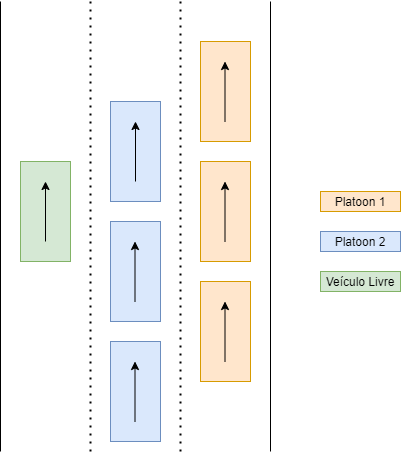
Earlier version of the draw.io export LEI - Article/Images/multilaneplatooning.png (BenjamimOliveira/LEI_UMinho). Source tidied: cells renumbered, new cells last; positions are measured from the earlier drawing's top-left corner, leaving out a move shared by most shapes.
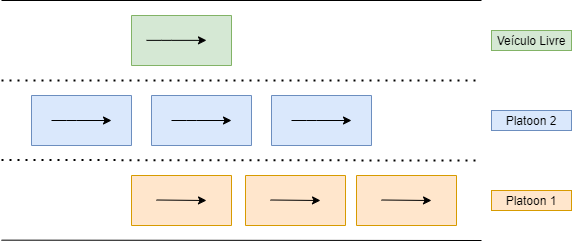
The same diagram one commit later.

The edit, as a diff of the source:
```diff
@@ -2,101 +2,113 @@
   <root>
     <mxCell id="0" />
     <mxCell id="1" parent="0" />
-    <mxCell id="2" style="rounded=0;whiteSpace=wrap;html=1;fillColor=#ffe6cc;strokeColor=#d79b00;" parent="1" vertex="1">
-      <mxGeometry x="200" y="40" width="50" height="100" as="geometry" />
-    </mxCell>
-    <mxCell id="3" style="rounded=0;whiteSpace=wrap;html=1;fillColor=#ffe6cc;strokeColor=#d79b00;" parent="1" vertex="1">
-      <mxGeometry x="200" y="160" width="50" height="100" as="geometry" />
-    </mxCell>
-    <mxCell id="4" style="rounded=0;whiteSpace=wrap;html=1;fillColor=#ffe6cc;strokeColor=#d79b00;" parent="1" vertex="1">
-      <mxGeometry x="200" y="280" width="50" height="100" as="geometry" />
-    </mxCell>
-    <mxCell id="5" style="rounded=0;whiteSpace=wrap;html=1;fillColor=#dae8fc;strokeColor=#6c8ebf;" parent="1" vertex="1">
-      <mxGeometry x="110" y="100" width="50" height="100" as="geometry" />
+    <mxCell id="5" style="rounded=0;whiteSpace=wrap;html=1;fillColor=#dae8fc;strokeColor=#6c8ebf;rotation=90;" parent="1" vertex="1">
+      <mxGeometry x="-65" y="110" width="50" height="100" as="geometry" />
     </mxCell>
-    <mxCell id="6" style="rounded=0;whiteSpace=wrap;html=1;fillColor=#dae8fc;strokeColor=#6c8ebf;" parent="1" vertex="1">
-      <mxGeometry x="110" y="220" width="50" height="100" as="geometry" />
-    </mxCell>
-    <mxCell id="7" style="rounded=0;whiteSpace=wrap;html=1;fillColor=#dae8fc;strokeColor=#6c8ebf;" parent="1" vertex="1">
-      <mxGeometry x="110" y="340" width="50" height="100" as="geometry" />
-    </mxCell>
     <mxCell id="8" style="endArrow=classic;html=1;" parent="1" edge="1">
       <mxGeometry relative="1" as="geometry">
-        <mxPoint x="135" y="180" as="sourcePoint" />
-        <mxPoint x="135" y="120" as="targetPoint" />
+        <mxPoint x="-70" y="160" as="sourcePoint" />
+        <mxPoint x="-10" y="160" as="targetPoint" />
+        <Array as="points">
+          <mxPoint x="-55" y="160" />
+        </Array>
       </mxGeometry>
     </mxCell>
-    <mxCell id="9" style="endArrow=classic;html=1;" parent="1" edge="1">
-      <mxGeometry relative="1" as="geometry">
-        <mxPoint x="134.5" y="300" as="sourcePoint" />
-        <mxPoint x="134.5" y="240" as="targetPoint" />
-      </mxGeometry>
-    </mxCell>
-    <mxCell id="10" style="endArrow=classic;html=1;" parent="1" edge="1">
-      <mxGeometry relative="1" as="geometry">
-        <mxPoint x="134.5" y="420" as="sourcePoint" />
-        <mxPoint x="134.5" y="360" as="targetPoint" />
-      </mxGeometry>
-    </mxCell>
-    <mxCell id="11" style="endArrow=classic;html=1;" parent="1" edge="1">
-      <mxGeometry relative="1" as="geometry">
-        <mxPoint x="224.5" y="120" as="sourcePoint" />
-        <mxPoint x="224.5" y="60" as="targetPoint" />
-      </mxGeometry>
-    </mxCell>
-    <mxCell id="12" style="endArrow=classic;html=1;" parent="1" edge="1">
-      <mxGeometry relative="1" as="geometry">
-        <mxPoint x="224.5" y="240" as="sourcePoint" />
-        <mxPoint x="224.5" y="180" as="targetPoint" />
-      </mxGeometry>
-    </mxCell>
-    <mxCell id="13" style="endArrow=classic;html=1;" parent="1" edge="1">
-      <mxGeometry relative="1" as="geometry">
-        <mxPoint x="224.5" y="360" as="sourcePoint" />
-        <mxPoint x="224.5" y="300" as="targetPoint" />
-      </mxGeometry>
-    </mxCell>
-    <mxCell id="14" style="rounded=0;whiteSpace=wrap;html=1;fillColor=#d5e8d4;strokeColor=#82b366;" parent="1" vertex="1">
-      <mxGeometry x="20" y="160" width="50" height="100" as="geometry" />
+    <mxCell id="14" style="rounded=0;whiteSpace=wrap;html=1;fillColor=#d5e8d4;strokeColor=#82b366;rotation=-90;" parent="1" vertex="1">
+      <mxGeometry x="35" y="30" width="50" height="100" as="geometry" />
     </mxCell>
-    <mxCell id="15" style="endArrow=classic;html=1;" parent="1" edge="1">
-      <mxGeometry relative="1" as="geometry">
-        <mxPoint x="45" y="240" as="sourcePoint" />
-        <mxPoint x="45" y="180" as="targetPoint" />
-      </mxGeometry>
-    </mxCell>
     <mxCell id="16" value="Platoon 1" style="text;html=1;strokeColor=#d79b00;fillColor=#ffe6cc;align=center;verticalAlign=middle;whiteSpace=wrap;rounded=0;" parent="1" vertex="1">
-      <mxGeometry x="320" y="190" width="80" height="20" as="geometry" />
+      <mxGeometry x="370" y="230" width="80" height="20" as="geometry" />
     </mxCell>
     <mxCell id="17" value="Platoon 2" style="text;html=1;strokeColor=#6c8ebf;fillColor=#dae8fc;align=center;verticalAlign=middle;whiteSpace=wrap;rounded=0;" parent="1" vertex="1">
-      <mxGeometry x="320" y="230" width="80" height="20" as="geometry" />
+      <mxGeometry x="370" y="150" width="80" height="20" as="geometry" />
     </mxCell>
     <mxCell id="18" value="Veículo Livre" style="text;html=1;strokeColor=#82b366;fillColor=#d5e8d4;align=center;verticalAlign=middle;whiteSpace=wrap;rounded=0;" parent="1" vertex="1">
-      <mxGeometry x="320" y="270" width="80" height="20" as="geometry" />
+      <mxGeometry x="370" y="70" width="80" height="20" as="geometry" />
     </mxCell>
     <mxCell id="19" style="endArrow=none;dashed=1;html=1;dashPattern=1 3;strokeWidth=2;" parent="1" edge="1">
       <mxGeometry relative="1" as="geometry">
-        <mxPoint x="90" y="450" as="sourcePoint" />
-        <mxPoint x="90" as="targetPoint" />
+        <mxPoint x="-120" y="120" as="sourcePoint" />
+        <mxPoint x="360" y="120" as="targetPoint" />
       </mxGeometry>
     </mxCell>
     <mxCell id="20" style="endArrow=none;dashed=1;html=1;dashPattern=1 3;strokeWidth=2;" parent="1" edge="1">
       <mxGeometry relative="1" as="geometry">
-        <mxPoint x="180" y="450" as="sourcePoint" />
-        <mxPoint x="180" as="targetPoint" />
+        <mxPoint x="-120" y="199.5" as="sourcePoint" />
+        <mxPoint x="360" y="200" as="targetPoint" />
       </mxGeometry>
     </mxCell>
     <mxCell id="21" style="endArrow=none;html=1;" parent="1" edge="1">
       <mxGeometry relative="1" as="geometry">
-        <mxPoint y="450" as="sourcePoint" />
-        <mxPoint as="targetPoint" />
+        <mxPoint x="-120" y="40" as="sourcePoint" />
+        <mxPoint x="360" y="40" as="targetPoint" />
       </mxGeometry>
     </mxCell>
     <mxCell id="22" style="endArrow=none;html=1;" parent="1" edge="1">
       <mxGeometry relative="1" as="geometry">
-        <mxPoint x="270" y="450" as="sourcePoint" />
-        <mxPoint x="270" as="targetPoint" />
+        <mxPoint x="-120" y="279.7" as="sourcePoint" />
+        <mxPoint x="360" y="280" as="targetPoint" />
       </mxGeometry>
     </mxCell>
+    <mxCell id="23" style="endArrow=classic;html=1;" parent="1" edge="1">
+      <mxGeometry relative="1" as="geometry">
+        <mxPoint x="25" y="79.9" as="sourcePoint" />
+        <mxPoint x="85" y="79.9" as="targetPoint" />
+        <Array as="points">
+          <mxPoint x="40" y="79.9" />
+        </Array>
+      </mxGeometry>
+    </mxCell>
+    <mxCell id="24" style="rounded=0;whiteSpace=wrap;html=1;fillColor=#dae8fc;strokeColor=#6c8ebf;rotation=90;" parent="1" vertex="1">
+      <mxGeometry x="55" y="110" width="50" height="100" as="geometry" />
+    </mxCell>
+    <mxCell id="25" style="endArrow=classic;html=1;" parent="1" edge="1">
+      <mxGeometry relative="1" as="geometry">
+        <mxPoint x="50" y="160" as="sourcePoint" />
+        <mxPoint x="110" y="160" as="targetPoint" />
+        <Array as="points">
+          <mxPoint x="65" y="160" />
+        </Array>
+      </mxGeometry>
+    </mxCell>
+    <mxCell id="26" style="rounded=0;whiteSpace=wrap;html=1;fillColor=#dae8fc;strokeColor=#6c8ebf;rotation=90;" parent="1" vertex="1">
+      <mxGeometry x="175" y="110" width="50" height="100" as="geometry" />
+    </mxCell>
+    <mxCell id="27" style="endArrow=classic;html=1;" parent="1" edge="1">
+      <mxGeometry relative="1" as="geometry">
+        <mxPoint x="170" y="160" as="sourcePoint" />
+        <mxPoint x="230" y="160" as="targetPoint" />
+        <Array as="points">
+          <mxPoint x="185" y="160" />
+        </Array>
+      </mxGeometry>
+    </mxCell>
+    <mxCell id="28" style="rounded=0;whiteSpace=wrap;html=1;fillColor=#ffe6cc;strokeColor=#d79b00;rotation=90;" parent="1" vertex="1">
+      <mxGeometry x="35" y="190" width="50" height="100" as="geometry" />
+    </mxCell>
+    <mxCell id="29" style="endArrow=classic;html=1;" parent="1" edge="1">
+      <mxGeometry relative="1" as="geometry">
+        <mxPoint x="35" y="239.5" as="sourcePoint" />
+        <mxPoint x="85" y="240" as="targetPoint" />
+      </mxGeometry>
+    </mxCell>
+    <mxCell id="30" style="rounded=0;whiteSpace=wrap;html=1;fillColor=#ffe6cc;strokeColor=#d79b00;rotation=90;" parent="1" vertex="1">
+      <mxGeometry x="149" y="190" width="50" height="100" as="geometry" />
+    </mxCell>
+    <mxCell id="31" style="endArrow=classic;html=1;" parent="1" edge="1">
+      <mxGeometry relative="1" as="geometry">
+        <mxPoint x="149" y="239.5" as="sourcePoint" />
+        <mxPoint x="199" y="240" as="targetPoint" />
+      </mxGeometry>
+    </mxCell>
+    <mxCell id="32" style="rounded=0;whiteSpace=wrap;html=1;fillColor=#ffe6cc;strokeColor=#d79b00;rotation=90;" parent="1" vertex="1">
+      <mxGeometry x="260" y="190" width="50" height="100" as="geometry" />
+    </mxCell>
+    <mxCell id="33" style="endArrow=classic;html=1;" parent="1" edge="1">
+      <mxGeometry relative="1" as="geometry">
+        <mxPoint x="260" y="239.5" as="sourcePoint" />
+        <mxPoint x="310" y="240" as="targetPoint" />
+      </mxGeometry>
+    </mxCell>
   </root>
 </mxGraphModel>
```
